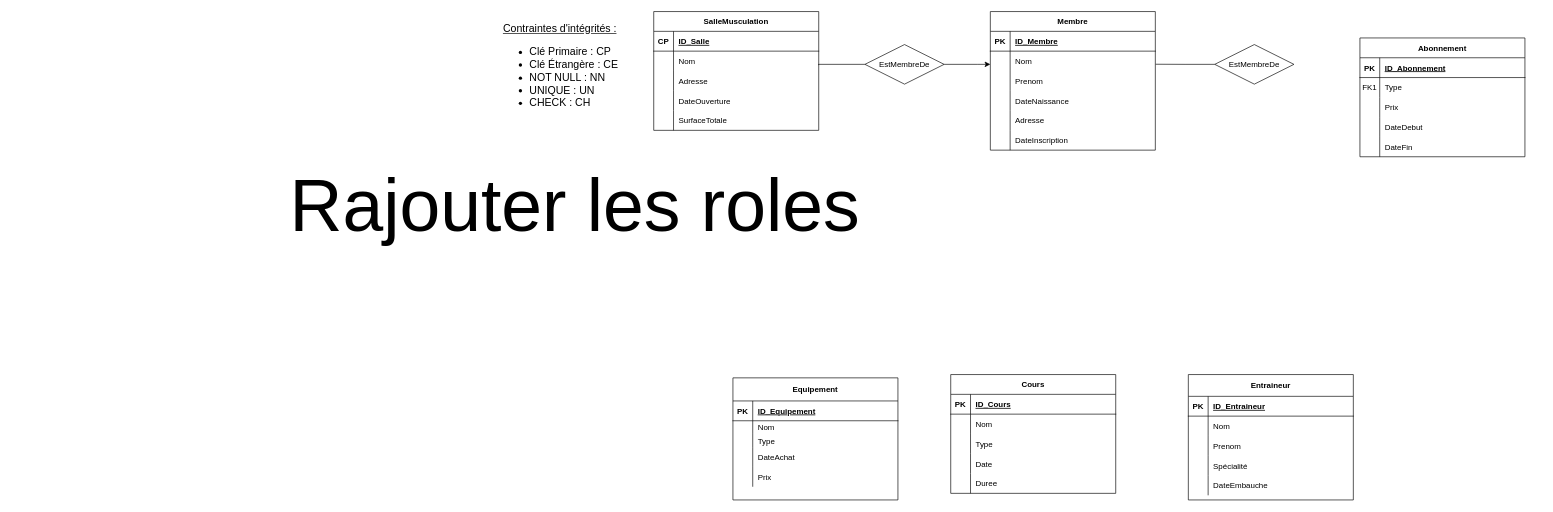
This is SchémaE/R.drawio from uvsqNathanAmoussou/SalleDeMuscuBDD, a draw.io file, before an edit. Source tidied: cells renumbered, new cells numbered last; positions are measured from the earlier drawing's top-left corner, leaving out a move shared by most shapes. Both pictures are drawn from the tidied source at 66%, with x=0, y=0 at pixel (280, 11).
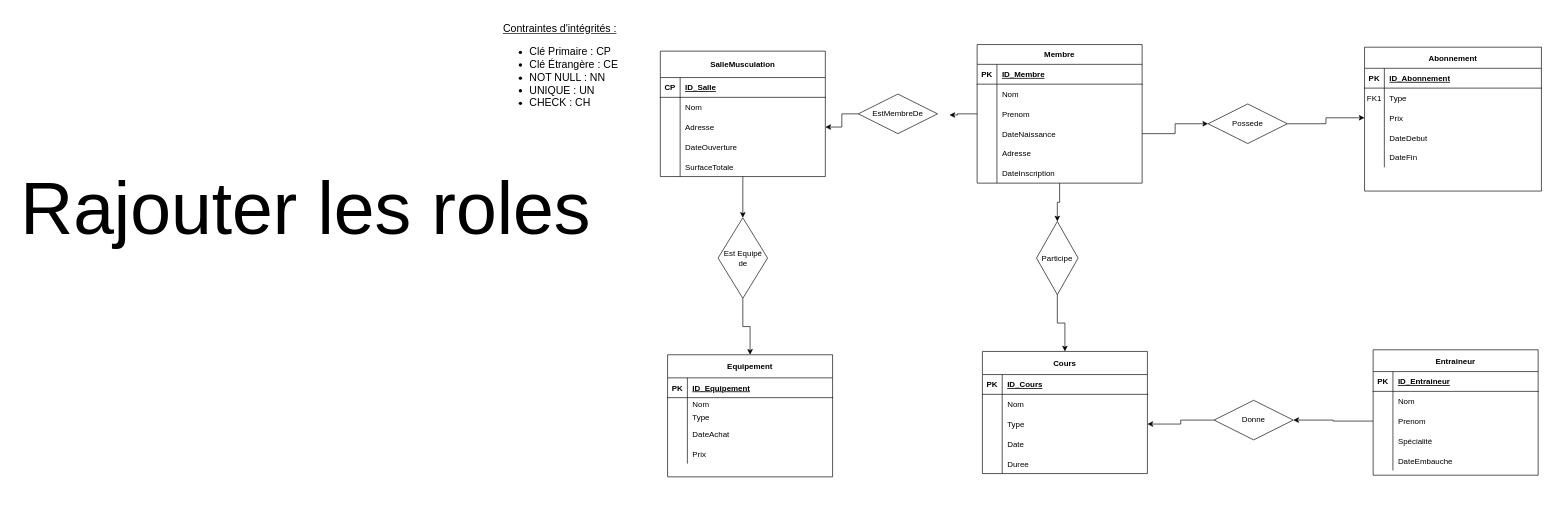
The same diagram, later.

Commit message:
Mettre à jour R.drawio

Unchanged cells that the change refers to:
```xml
<mxCell id="6" style="shape=partialRectangle;fillColor=none;points=[[0,0.5],[1,0.5]];portConstraint=eastwest;top=0;left=0;right=0;bottom=0;" parent="2" vertex="1">
  <mxGeometry y="60" width="250" height="30" as="geometry" />
</mxCell>
<mxCell id="9" style="shape=partialRectangle;fillColor=none;points=[[0,0.5],[1,0.5]];portConstraint=eastwest;top=0;left=0;right=0;bottom=0;" parent="2" vertex="1">
  <mxGeometry y="90" width="250" height="30" as="geometry" />
</mxCell>
<mxCell id="12" style="shape=partialRectangle;fillColor=none;points=[[0,0.5],[1,0.5]];portConstraint=eastwest;top=0;left=0;right=0;bottom=0;" parent="2" vertex="1">
  <mxGeometry y="120" width="250" height="30" as="geometry" />
</mxCell>
<mxCell id="92" style="shape=partialRectangle;fillColor=none;points=[[0,0.5],[1,0.5]];portConstraint=eastwest;top=0;left=0;right=0;bottom=0;" parent="85" vertex="1">
  <mxGeometry y="93" width="250" height="30" as="geometry" />
</mxCell>
```

What changed in the source:
```diff
@@
+    <mxCell id="108" style="edgeStyle=orthogonalEdgeStyle;rounded=0;jettySize=auto;html=1;exitX=0.5;exitY=1;exitDx=0;exitDy=0;entryX=0.5;entryY=0;entryDx=0;entryDy=0;" parent="1" edge="1" source="2" target="117">
+      <mxGeometry relative="1" as="geometry" />
+    </mxCell>
     <mxCell id="2" value="Membre" style="shape=table;startSize=30;childLayout=tableLayout;rowLines=0;fontStyle=1;align=center;" parent="1" vertex="1">
-      <mxGeometry x="1075" width="250" height="210" as="geometry" />
+      <mxGeometry x="1055" y="50" width="250" height="210" as="geometry" />
     </mxCell>
@@
-    <mxCell id="21" value="Abonnement" style="shape=table;startSize=30;childLayout=tableLayout;rowLines=0;fontStyle=1;align=center;" parent="1" vertex="1">
-      <mxGeometry x="1635" y="40" width="250" height="180" as="geometry" />
+    <mxCell id="21" value="Abonnement" style="shape=table;startSize=32;childLayout=tableLayout;rowLines=0;fontStyle=1;align=center;" parent="1" vertex="1">
+      <mxGeometry x="1642" y="54" width="268" height="218" as="geometry" />
     </mxCell>
     <mxCell id="22" style="shape=partialRectangle;fillColor=none;top=0;left=0;right=0;bottom=1;" parent="21" vertex="1">
-      <mxGeometry y="30" width="250" height="30" as="geometry" />
+      <mxGeometry y="32" width="268" height="30" as="geometry" />
     </mxCell>
@@
     <mxCell id="24" value="ID_Abonnement" style="shape=partialRectangle;overflow=hidden;fillColor=none;top=0;left=0;bottom=0;right=0;align=left;spacingLeft=6;fontStyle=5;" parent="22" vertex="1">
-      <mxGeometry x="30" width="220" height="30" as="geometry" />
+      <mxGeometry x="30" width="238" height="30" as="geometry" />
     </mxCell>
     <mxCell id="25" style="shape=partialRectangle;fillColor=none;top=0;left=0;right=0;bottom=0;" parent="21" vertex="1">
-      <mxGeometry y="60" width="250" height="30" as="geometry" />
+      <mxGeometry y="62" width="268" height="30" as="geometry" />
     </mxCell>
@@
     <mxCell id="27" value="Type" style="shape=partialRectangle;overflow=hidden;fillColor=none;top=0;left=0;bottom=0;right=0;align=left;spacingLeft=6;" parent="25" vertex="1">
-      <mxGeometry x="30" width="220" height="30" as="geometry" />
+      <mxGeometry x="30" width="238" height="30" as="geometry" />
     </mxCell>
     <mxCell id="28" style="shape=partialRectangle;fillColor=none;points=[[0,0.5],[1,0.5]];portConstraint=eastwest;top=0;left=0;right=0;bottom=0;" parent="21" vertex="1">
-      <mxGeometry y="90" width="250" height="30" as="geometry" />
+      <mxGeometry y="92" width="268" height="30" as="geometry" />
     </mxCell>
@@
     <mxCell id="30" value="Prix" style="shape=partialRectangle;overflow=hidden;fillColor=none;top=0;left=0;bottom=0;right=0;align=left;spacingLeft=6;" parent="28" vertex="1">
-      <mxGeometry x="30" width="220" height="30" as="geometry" />
+      <mxGeometry x="30" width="238" height="30" as="geometry" />
     </mxCell>
     <mxCell id="31" style="shape=partialRectangle;fillColor=none;top=0;left=0;right=0;bottom=0;" parent="21" vertex="1">
-      <mxGeometry y="120" width="250" height="30" as="geometry" />
+      <mxGeometry y="122" width="268" height="30" as="geometry" />
     </mxCell>
@@
     <mxCell id="33" value="DateDebut" style="shape=partialRectangle;overflow=hidden;fillColor=none;top=0;left=0;bottom=0;right=0;align=left;spacingLeft=6;" parent="31" vertex="1">
-      <mxGeometry x="30" width="220" height="30" as="geometry" />
+      <mxGeometry x="30" width="238" height="30" as="geometry" />
     </mxCell>
     <mxCell id="34" style="shape=partialRectangle;fillColor=none;top=0;left=0;right=0;bottom=0;" parent="21" vertex="1">
-      <mxGeometry y="150" width="250" height="30" as="geometry" />
+      <mxGeometry y="152" width="268" height="30" as="geometry" />
     </mxCell>
@@
     <mxCell id="36" value="DateFin" style="shape=partialRectangle;overflow=hidden;fillColor=none;top=0;left=0;bottom=0;right=0;align=left;spacingLeft=6;" parent="34" vertex="1">
-      <mxGeometry x="30" width="220" height="30" as="geometry" />
+      <mxGeometry x="30" width="238" height="30" as="geometry" />
     </mxCell>
+    <mxCell id="109" style="edgeStyle=orthogonalEdgeStyle;rounded=0;jettySize=auto;html=1;exitX=0.5;exitY=1;exitDx=0;exitDy=0;entryX=0.5;entryY=0;entryDx=0;entryDy=0;" parent="1" edge="1" source="37" target="113">
+      <mxGeometry relative="1" as="geometry" />
+    </mxCell>
-    <mxCell id="37" value="SalleMusculation" style="shape=table;startSize=30;childLayout=tableLayout;rowLines=0;fontStyle=1;align=center;" parent="1" vertex="1">
-      <mxGeometry x="565" width="250" height="180" as="geometry" />
+    <mxCell id="37" value="SalleMusculation" style="shape=table;startSize=40;childLayout=tableLayout;rowLines=0;fontStyle=1;align=center;" parent="1" vertex="1">
+      <mxGeometry x="575" y="60" width="250" height="190" as="geometry" />
     </mxCell>
     <mxCell id="38" style="shape=partialRectangle;fillColor=none;top=0;left=0;right=0;bottom=1;" parent="37" vertex="1">
-      <mxGeometry y="30" width="250" height="30" as="geometry" />
+      <mxGeometry y="40" width="250" height="30" as="geometry" />
     </mxCell>
@@
     <mxCell id="41" style="shape=partialRectangle;fillColor=none;points=[[0,0.5],[1,0.5]];portConstraint=eastwest;top=0;left=0;right=0;bottom=0;" parent="37" vertex="1">
-      <mxGeometry y="60" width="250" height="30" as="geometry" />
+      <mxGeometry y="70" width="250" height="30" as="geometry" />
     </mxCell>
@@
     <mxCell id="44" style="shape=partialRectangle;fillColor=none;points=[[0,0.5],[1,0.5]];portConstraint=eastwest;top=0;left=0;right=0;bottom=0;" parent="37" vertex="1">
-      <mxGeometry y="90" width="250" height="30" as="geometry" />
+      <mxGeometry y="100" width="250" height="30" as="geometry" />
     </mxCell>
@@
     <mxCell id="47" style="shape=partialRectangle;fillColor=none;top=0;left=0;right=0;bottom=0;" parent="37" vertex="1">
-      <mxGeometry y="120" width="250" height="30" as="geometry" />
+      <mxGeometry y="130" width="250" height="30" as="geometry" />
     </mxCell>
@@
     <mxCell id="50" style="shape=partialRectangle;fillColor=none;top=0;left=0;right=0;bottom=0;" parent="37" vertex="1">
-      <mxGeometry y="150" width="250" height="30" as="geometry" />
+      <mxGeometry y="160" width="250" height="30" as="geometry" />
     </mxCell>
@@
-    <mxCell id="53" value="Cours" style="shape=table;startSize=30;childLayout=tableLayout;rowLines=0;fontStyle=1;align=center;" parent="1" vertex="1">
-      <mxGeometry x="1015" y="550" width="250" height="180" as="geometry" />
+    <mxCell id="53" value="Cours" style="shape=table;startSize=35;childLayout=tableLayout;rowLines=0;fontStyle=1;align=center;" parent="1" vertex="1">
+      <mxGeometry x="1063" y="515" width="250" height="185" as="geometry" />
     </mxCell>
     <mxCell id="54" style="shape=partialRectangle;fillColor=none;top=0;left=0;right=0;bottom=1;" parent="53" vertex="1">
-      <mxGeometry y="30" width="250" height="30" as="geometry" />
+      <mxGeometry y="35" width="250" height="30" as="geometry" />
     </mxCell>
@@
     <mxCell id="57" style="shape=partialRectangle;fillColor=none;top=0;left=0;right=0;bottom=0;" parent="53" vertex="1">
-      <mxGeometry y="60" width="250" height="30" as="geometry" />
+      <mxGeometry y="65" width="250" height="30" as="geometry" />
     </mxCell>
@@
     <mxCell id="60" style="shape=partialRectangle;fillColor=none;points=[[0,0.5],[1,0.5]];portConstraint=eastwest;top=0;left=0;right=0;bottom=0;" parent="53" vertex="1">
-      <mxGeometry y="90" width="250" height="30" as="geometry" />
+      <mxGeometry y="95" width="250" height="30" as="geometry" />
     </mxCell>
@@
     <mxCell id="63" style="shape=partialRectangle;fillColor=none;top=0;left=0;right=0;bottom=0;" parent="53" vertex="1">
-      <mxGeometry y="120" width="250" height="30" as="geometry" />
+      <mxGeometry y="125" width="250" height="30" as="geometry" />
     </mxCell>
@@
     <mxCell id="66" style="shape=partialRectangle;fillColor=none;top=0;left=0;right=0;bottom=0;" parent="53" vertex="1">
-      <mxGeometry y="150" width="250" height="30" as="geometry" />
+      <mxGeometry y="155" width="250" height="30" as="geometry" />
     </mxCell>
@@
     <mxCell id="69" value="Equipement" style="shape=table;startSize=35;childLayout=tableLayout;rowLines=0;fontStyle=1;align=center;" parent="1" vertex="1">
-      <mxGeometry x="685" y="555" width="250" height="185" as="geometry" />
+      <mxGeometry x="586" y="520" width="250" height="185" as="geometry" />
     </mxCell>
@@
     <mxCell id="85" value="Entraineur" style="shape=table;startSize=33;childLayout=tableLayout;rowLines=0;fontStyle=1;align=center;" parent="1" vertex="1">
-      <mxGeometry x="1375" y="550" width="250" height="190" as="geometry" />
+      <mxGeometry x="1655" y="512.5" width="250" height="190" as="geometry" />
     </mxCell>
@@
-    <mxCell id="101" style="edgeStyle=orthogonalEdgeStyle;rounded=0;jettySize=auto;html=1;endArrow=none;endFill=0;entryX=0.999;entryY=0.705;entryDx=0;entryDy=0;entryPerimeter=0;exitX=0;exitY=0.5;exitDx=0;exitDy=0;" parent="1" edge="1" source="103" target="41">
-      <mxGeometry relative="1" as="geometry">
-        <Array as="points">
-          <mxPoint x="885" y="80" />
-          <mxPoint x="815" y="80" />
-        </Array>
-      </mxGeometry>
-    </mxCell>
-    <mxCell id="102" style="edgeStyle=orthogonalEdgeStyle;rounded=0;jettySize=auto;html=1;" parent="1" edge="1" source="103" target="6">
-      <mxGeometry relative="1" as="geometry">
-        <Array as="points">
-          <mxPoint x="1055" y="80" />
-          <mxPoint x="1055" y="80" />
-        </Array>
-      </mxGeometry>
-    </mxCell>
+    <mxCell id="110" style="edgeStyle=orthogonalEdgeStyle;rounded=0;jettySize=auto;html=1;exitX=0;exitY=0.5;exitDx=0;exitDy=0;entryX=1;entryY=0.5;entryDx=0;entryDy=0;" parent="1" edge="1" source="103" target="44">
+      <mxGeometry relative="1" as="geometry" />
+    </mxCell>
     <mxCell id="103" value="EstMembreDe" style="shape=rhombus;perimeter=rhombusPerimeter;whiteSpace=wrap;html=1;align=center;" parent="1" vertex="1">
-      <mxGeometry x="885" y="50" width="120" height="60" as="geometry" />
+      <mxGeometry x="875" y="125" width="120" height="60" as="geometry" />
     </mxCell>
-    <mxCell id="104" style="edgeStyle=orthogonalEdgeStyle;rounded=0;jettySize=auto;html=1;endArrow=none;endFill=0;entryX=1.002;entryY=0.661;entryDx=0;entryDy=0;entryPerimeter=0;" parent="1" edge="1" source="105" target="6">
-      <mxGeometry relative="1" as="geometry" />
-    </mxCell>
+    <mxCell id="111" style="edgeStyle=orthogonalEdgeStyle;rounded=0;jettySize=auto;html=1;exitX=1;exitY=0.5;exitDx=0;exitDy=0;entryX=0;entryY=0.5;entryDx=0;entryDy=0;" parent="1" edge="1" source="105" target="28">
+      <mxGeometry relative="1" as="geometry" />
+    </mxCell>
-    <mxCell id="105" value="EstMembreDe" style="shape=rhombus;perimeter=rhombusPerimeter;whiteSpace=wrap;html=1;align=center;" parent="1" vertex="1">
-      <mxGeometry x="1415" y="50" width="120" height="60" as="geometry" />
+    <mxCell id="105" value="Possede" style="shape=rhombus;perimeter=rhombusPerimeter;whiteSpace=wrap;html=1;align=center;" parent="1" vertex="1">
+      <mxGeometry x="1405" y="140" width="120" height="60" as="geometry" />
     </mxCell>
@@
     <mxCell id="107" value="Rajouter les roles" style="text;html=1;align=center;verticalAlign=middle;strokeColor=none;fillColor=none;fontSize=111;" parent="1" vertex="1">
-      <mxGeometry y="220" width="890" height="150" as="geometry" />
+      <mxGeometry x="-408" y="224" width="890" height="150" as="geometry" />
     </mxCell>
+    <mxCell id="112" style="edgeStyle=orthogonalEdgeStyle;rounded=0;jettySize=auto;html=1;exitX=0.5;exitY=1;exitDx=0;exitDy=0;" parent="1" edge="1" source="113" target="69">
+      <mxGeometry relative="1" as="geometry" />
+    </mxCell>
+    <mxCell id="113" value="Est Equipé de" style="shape=rhombus;perimeter=rhombusPerimeter;whiteSpace=wrap;html=1;align=center;" parent="1" vertex="1">
+      <mxGeometry x="662.5" y="312.5" width="75" height="122" as="geometry" />
+    </mxCell>
+    <mxCell id="114" style="edgeStyle=orthogonalEdgeStyle;rounded=0;jettySize=auto;html=1;exitX=0;exitY=0.5;exitDx=0;exitDy=0;entryX=1;entryY=0.5;entryDx=0;entryDy=0;" parent="1" edge="1" source="115" target="60">
+      <mxGeometry relative="1" as="geometry" />
+    </mxCell>
+    <mxCell id="115" value="Donne" style="shape=rhombus;perimeter=rhombusPerimeter;whiteSpace=wrap;html=1;align=center;" parent="1" vertex="1">
+      <mxGeometry x="1414" y="589" width="120" height="60" as="geometry" />
+    </mxCell>
+    <mxCell id="116" style="edgeStyle=orthogonalEdgeStyle;rounded=0;jettySize=auto;html=1;exitX=0.5;exitY=1;exitDx=0;exitDy=0;entryX=0.5;entryY=0;entryDx=0;entryDy=0;" parent="1" edge="1" source="117" target="53">
+      <mxGeometry relative="1" as="geometry" />
+    </mxCell>
+    <mxCell id="117" value="Participe" style="shape=rhombus;perimeter=rhombusPerimeter;whiteSpace=wrap;html=1;align=center;" parent="1" vertex="1">
+      <mxGeometry x="1145" y="318" width="63" height="111" as="geometry" />
+    </mxCell>
+    <mxCell id="118" style="edgeStyle=orthogonalEdgeStyle;rounded=0;jettySize=auto;html=1;exitX=0;exitY=0.5;exitDx=0;exitDy=0;entryX=1;entryY=0.5;entryDx=0;entryDy=0;" parent="1" edge="1" source="92" target="115">
+      <mxGeometry relative="1" as="geometry" />
+    </mxCell>
+    <mxCell id="119" style="edgeStyle=orthogonalEdgeStyle;rounded=0;jettySize=auto;html=1;exitX=0;exitY=0.5;exitDx=0;exitDy=0;entryX=1.15;entryY=0.529;entryDx=0;entryDy=0;entryPerimeter=0;" parent="1" edge="1" source="9" target="103">
+      <mxGeometry relative="1" as="geometry" />
+    </mxCell>
+    <mxCell id="120" style="edgeStyle=orthogonalEdgeStyle;rounded=0;jettySize=auto;html=1;exitX=1;exitY=0.5;exitDx=0;exitDy=0;entryX=0;entryY=0.5;entryDx=0;entryDy=0;" parent="1" edge="1" source="12" target="105">
+      <mxGeometry relative="1" as="geometry" />
+    </mxCell>
```
